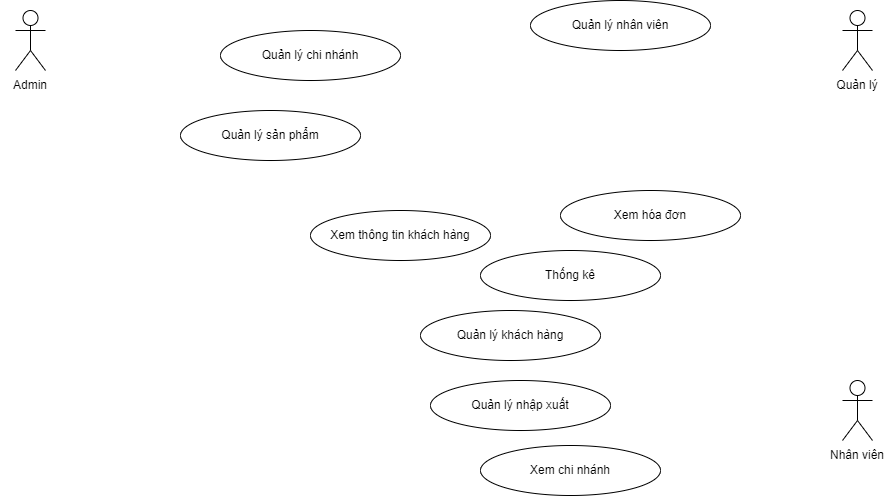
Above: Sơ Đồ UseCase.png in ChauCongTu/thiet-ke-linh-tinh (draw.io), before the change. Source tidied: cells renumbered, new cells last; positions are measured from the earlier drawing's top-left corner, leaving out a move shared by most shapes.
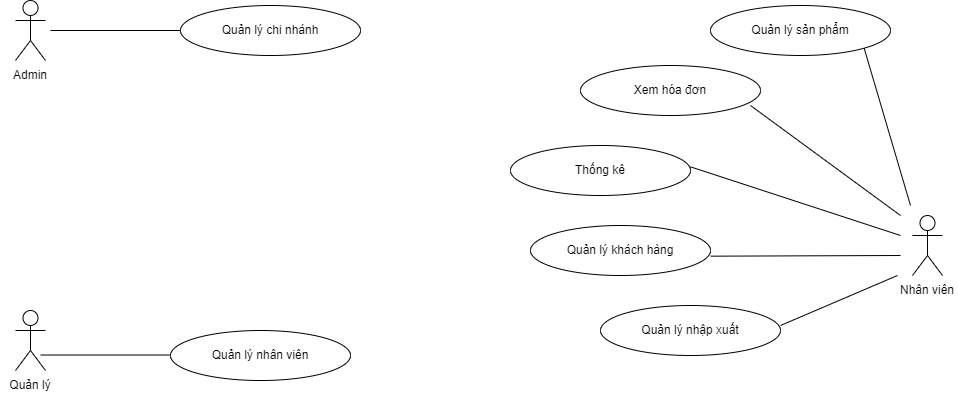
Later version of the same file.

Commit message:
Cập nhật Sơ Đồ UseCase.png

Diff of the diagram source:
```diff
@@ -9,43 +9,76 @@
       <mxGeometry y="70" width="60" height="30" as="geometry" />
     </mxCell>
     <mxCell id="4" value="Actor" style="shape=umlActor;verticalLabelPosition=bottom;verticalAlign=top;html=1;labelPadding=0;noLabel=1;" parent="1" vertex="1">
-      <mxGeometry x="842" y="380" width="30" height="60" as="geometry" />
+      <mxGeometry x="912" y="225" width="30" height="60" as="geometry" />
     </mxCell>
     <mxCell id="5" value="Nhân viên" style="text;html=1;strokeColor=none;fillColor=none;align=center;verticalAlign=middle;whiteSpace=wrap;rounded=0;" parent="1" vertex="1">
-      <mxGeometry x="827" y="440" width="60" height="30" as="geometry" />
+      <mxGeometry x="897" y="285" width="60" height="30" as="geometry" />
     </mxCell>
     <mxCell id="6" value="Actor" style="shape=umlActor;verticalLabelPosition=bottom;verticalAlign=top;html=1;labelPadding=0;noLabel=1;" parent="1" vertex="1">
-      <mxGeometry x="842" y="10" width="30" height="60" as="geometry" />
+      <mxGeometry x="15" y="320" width="30" height="60" as="geometry" />
     </mxCell>
     <mxCell id="7" value="Quản lý" style="text;html=1;strokeColor=none;fillColor=none;align=center;verticalAlign=middle;whiteSpace=wrap;rounded=0;" parent="1" vertex="1">
-      <mxGeometry x="827" y="70" width="60" height="30" as="geometry" />
+      <mxGeometry y="380" width="60" height="30" as="geometry" />
     </mxCell>
     <mxCell id="8" value="Quản lý chi nhánh" style="ellipse;whiteSpace=wrap;html=1;" parent="1" vertex="1">
-      <mxGeometry x="220" y="30" width="180" height="50" as="geometry" />
+      <mxGeometry x="180" y="15" width="180" height="50" as="geometry" />
     </mxCell>
     <mxCell id="9" value="Quản lý sản phẩm" style="ellipse;whiteSpace=wrap;html=1;" parent="1" vertex="1">
-      <mxGeometry x="180" y="110" width="180" height="50" as="geometry" />
+      <mxGeometry x="710" y="15" width="180" height="50" as="geometry" />
     </mxCell>
     <mxCell id="10" value="Quản lý&amp;nbsp;khách hàng" style="ellipse;whiteSpace=wrap;html=1;" parent="1" vertex="1">
-      <mxGeometry x="420" y="310" width="180" height="50" as="geometry" />
+      <mxGeometry x="530" y="235" width="180" height="50" as="geometry" />
     </mxCell>
     <mxCell id="11" value="Quản lý nhập xuất" style="ellipse;whiteSpace=wrap;html=1;" parent="1" vertex="1">
-      <mxGeometry x="430" y="380" width="180" height="50" as="geometry" />
+      <mxGeometry x="600" y="315" width="180" height="50" as="geometry" />
     </mxCell>
     <mxCell id="12" value="Thống kê" style="ellipse;whiteSpace=wrap;html=1;" parent="1" vertex="1">
-      <mxGeometry x="480" y="250" width="180" height="50" as="geometry" />
+      <mxGeometry x="510" y="155" width="180" height="50" as="geometry" />
     </mxCell>
     <mxCell id="13" value="Quản lý nhân viên" style="ellipse;whiteSpace=wrap;html=1;" parent="1" vertex="1">
-      <mxGeometry x="530" width="180" height="50" as="geometry" />
+      <mxGeometry x="170" y="340" width="180" height="50" as="geometry" />
     </mxCell>
-    <mxCell id="14" value="Xem chi nhánh" style="ellipse;whiteSpace=wrap;html=1;" parent="1" vertex="1">
-      <mxGeometry x="480" y="445" width="180" height="50" as="geometry" />
-    </mxCell>
-    <mxCell id="15" value="Xem thông tin khách hàng" style="ellipse;whiteSpace=wrap;html=1;" parent="1" vertex="1">
-      <mxGeometry x="310" y="210" width="180" height="50" as="geometry" />
-    </mxCell>
     <mxCell id="16" value="Xem hóa đơn" style="ellipse;whiteSpace=wrap;html=1;" parent="1" vertex="1">
-      <mxGeometry x="560" y="190" width="180" height="50" as="geometry" />
+      <mxGeometry x="580" y="75" width="180" height="50" as="geometry" />
     </mxCell>
+    <mxCell id="17" style="endArrow=none;html=1;rounded=0;entryX=0;entryY=0.5;entryDx=0;entryDy=0;" parent="1" edge="1" target="8">
+      <mxGeometry relative="1" as="geometry">
+        <mxPoint x="50" y="40" as="sourcePoint" />
+      </mxGeometry>
+    </mxCell>
+    <mxCell id="18" style="endArrow=none;html=1;rounded=0;entryX=0;entryY=0.5;entryDx=0;entryDy=0;" parent="1" edge="1">
+      <mxGeometry relative="1" as="geometry">
+        <mxPoint x="40" y="364.5" as="sourcePoint" />
+        <mxPoint x="170" y="364.5" as="targetPoint" />
+      </mxGeometry>
+    </mxCell>
+    <mxCell id="19" style="endArrow=none;html=1;rounded=0;exitX=1;exitY=1;exitDx=0;exitDy=0;" parent="1" edge="1" source="9">
+      <mxGeometry relative="1" as="geometry">
+        <mxPoint x="910" y="215" as="targetPoint" />
+      </mxGeometry>
+    </mxCell>
+    <mxCell id="20" style="endArrow=none;html=1;rounded=0;exitX=1;exitY=1;exitDx=0;exitDy=0;" parent="1" edge="1">
+      <mxGeometry relative="1" as="geometry">
+        <mxPoint x="750" y="115" as="sourcePoint" />
+        <mxPoint x="900" y="225" as="targetPoint" />
+      </mxGeometry>
+    </mxCell>
+    <mxCell id="21" style="endArrow=none;html=1;rounded=0;exitX=1;exitY=1;exitDx=0;exitDy=0;" parent="1" edge="1">
+      <mxGeometry relative="1" as="geometry">
+        <mxPoint x="690" y="176.3" as="sourcePoint" />
+        <mxPoint x="900" y="245" as="targetPoint" />
+      </mxGeometry>
+    </mxCell>
+    <mxCell id="22" style="endArrow=none;html=1;rounded=0;exitX=1;exitY=1;exitDx=0;exitDy=0;" parent="1" edge="1">
+      <mxGeometry relative="1" as="geometry">
+        <mxPoint x="710" y="265.7" as="sourcePoint" />
+        <mxPoint x="900" y="265" as="targetPoint" />
+      </mxGeometry>
+    </mxCell>
+    <mxCell id="23" style="endArrow=none;html=1;rounded=0;exitX=1;exitY=1;exitDx=0;exitDy=0;entryX=0;entryY=0;entryDx=0;entryDy=0;" parent="1" edge="1" target="5">
+      <mxGeometry relative="1" as="geometry">
+        <mxPoint x="780" y="335" as="sourcePoint" />
+      </mxGeometry>
+    </mxCell>
   </root>
 </mxGraphModel>
```
